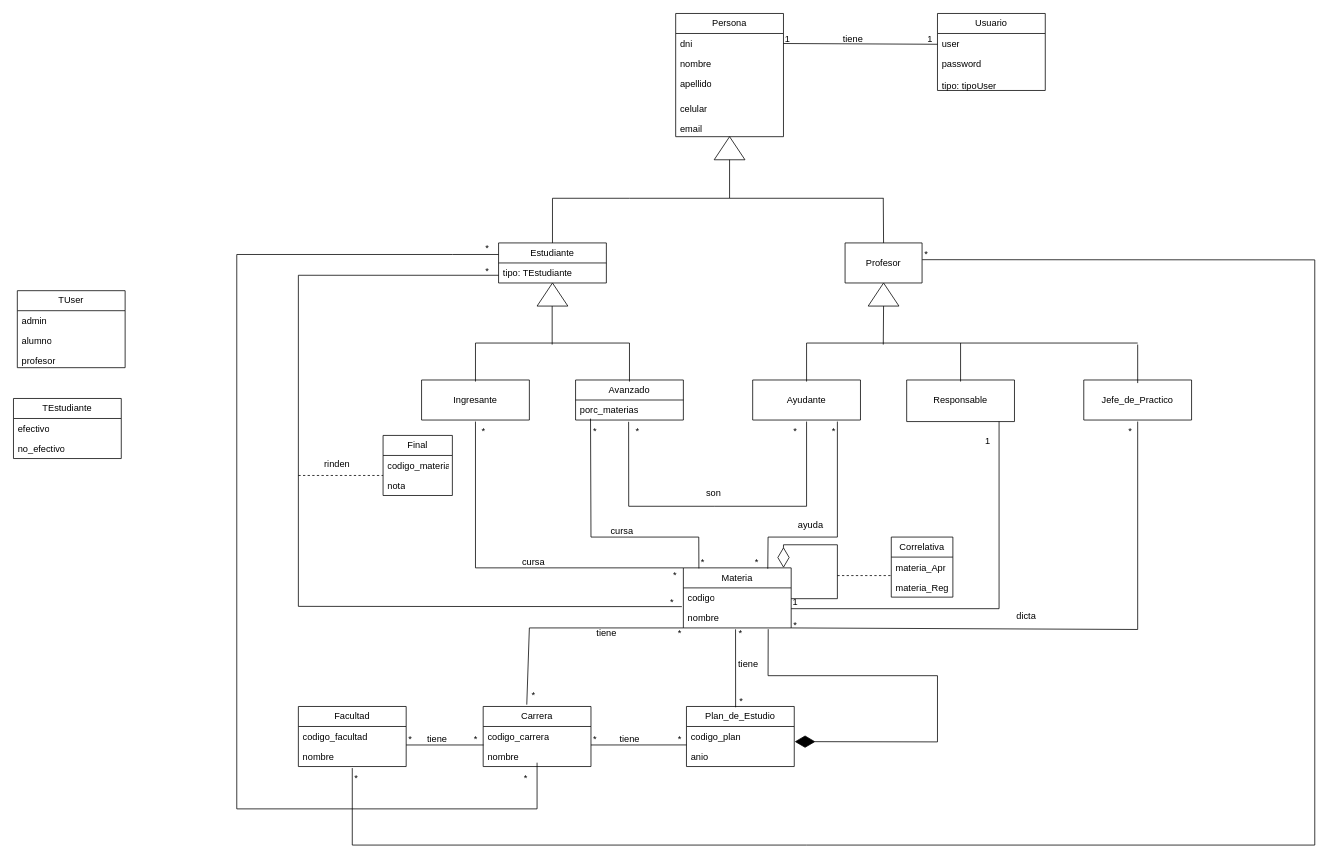
This is diagrama_de_clase/Proyecto_1B.drawio from Augusto-stack/Proyecto-1-Ingenieria, a draw.io file, before an edit. Source tidied: cells renumbered, new cells numbered last; positions are measured from the earlier drawing's top-left corner, leaving out a move shared by most shapes. Both pictures are drawn from the tidied source at 77%, with x=0, y=0 at pixel (13, 13).
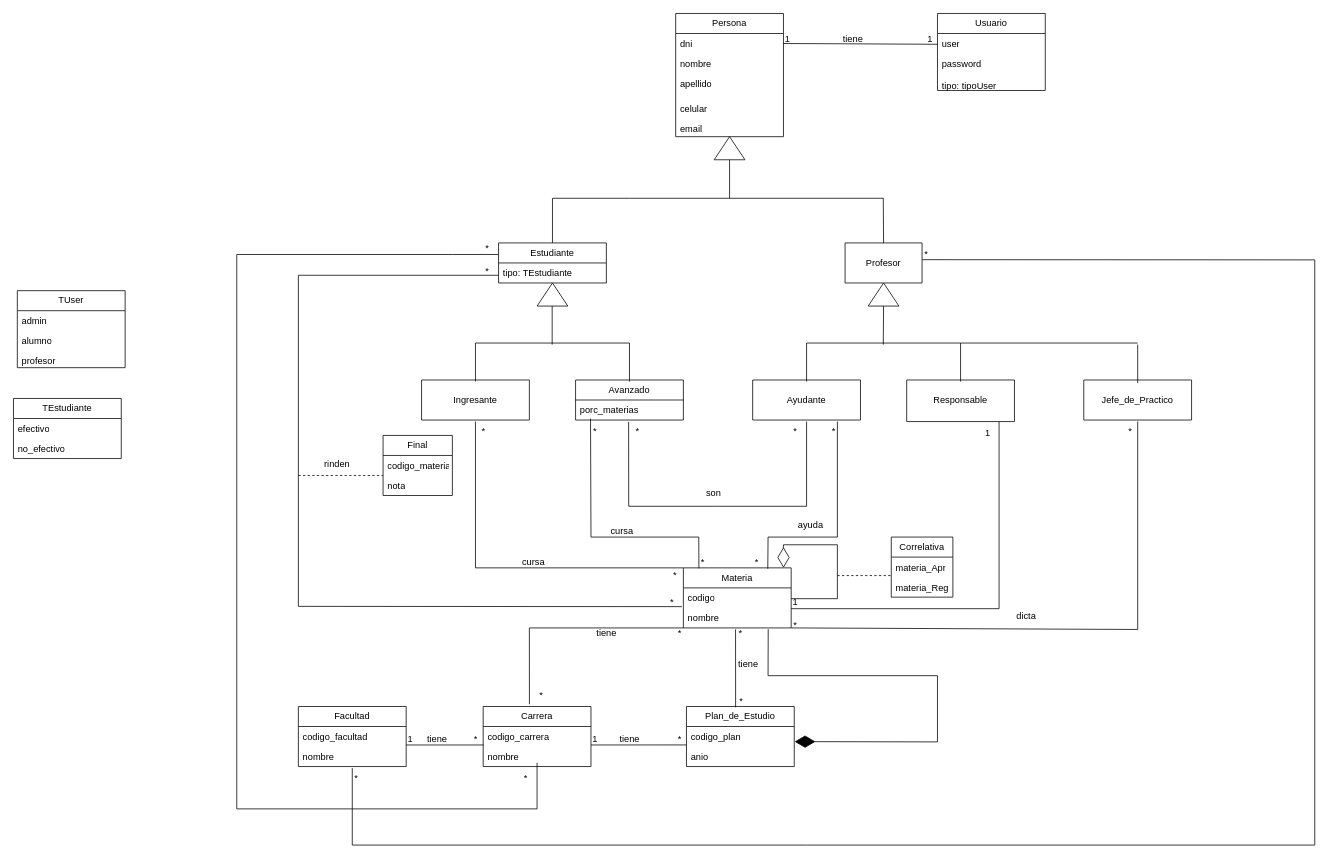
The same page after the edit.

The change refers to these unchanged cells:
```xml
<mxCell id="45" value="Carrera" style="swimlane;fontStyle=0;horizontal=1;startSize=26;fillColor=none;whiteSpace=wrap;html=1;" parent="1" vertex="1">
  <mxGeometry x="610" y="900" width="140" height="78" as="geometry" />
</mxCell>
```

Diff of the diagram source:
```diff
@@
-    <mxCell id="56" value="*" style="text;html=1;align=center;verticalAlign=middle;strokeColor=none;fillColor=none;" parent="1" vertex="1">
+    <mxCell id="56" value="1" style="text;html=1;align=center;verticalAlign=middle;strokeColor=none;fillColor=none;" parent="1" vertex="1">
       <mxGeometry x="500" y="928" width="30" height="30" as="geometry" />
     </mxCell>
@@
-    <mxCell id="58" value="*" style="text;html=1;align=center;verticalAlign=middle;strokeColor=none;fillColor=none;" parent="1" vertex="1">
+    <mxCell id="58" value="1" style="text;html=1;align=center;verticalAlign=middle;strokeColor=none;fillColor=none;" parent="1" vertex="1">
       <mxGeometry x="740" y="928" width="30" height="30" as="geometry" />
     </mxCell>
@@
-    <mxCell id="63" style="endArrow=none;html=1;rounded=0;exitX=0.221;exitY=0.921;exitDx=0;exitDy=0;exitPerimeter=0;" parent="1" edge="1" source="65">
+    <mxCell id="63" style="endArrow=none;html=1;rounded=0;exitX=0.429;exitY=-0.037;exitDx=0;exitDy=0;exitPerimeter=0;" parent="1" edge="1" source="45">
       <mxGeometry relative="1" as="geometry">
         <mxPoint x="870" y="798" as="targetPoint" />
         <Array as="points">
           <mxPoint x="670" y="798" />
         </Array>
       </mxGeometry>
     </mxCell>
@@
     <mxCell id="65" value="*" style="text;html=1;align=center;verticalAlign=middle;points=[];strokeColor=none;fillColor=none;" parent="1" vertex="1">
-      <mxGeometry x="660" y="870" width="30" height="30" as="geometry" />
+      <mxGeometry x="670" y="870" width="30" height="30" as="geometry" />
     </mxCell>
@@
     <mxCell id="93" value="1" style="text;html=1;align=center;verticalAlign=middle;strokeColor=none;fillColor=none;" parent="1" vertex="1">
-      <mxGeometry x="1250" y="540" width="30" height="30" as="geometry" />
+      <mxGeometry x="1250" y="530" width="30" height="30" as="geometry" />
     </mxCell>
```
